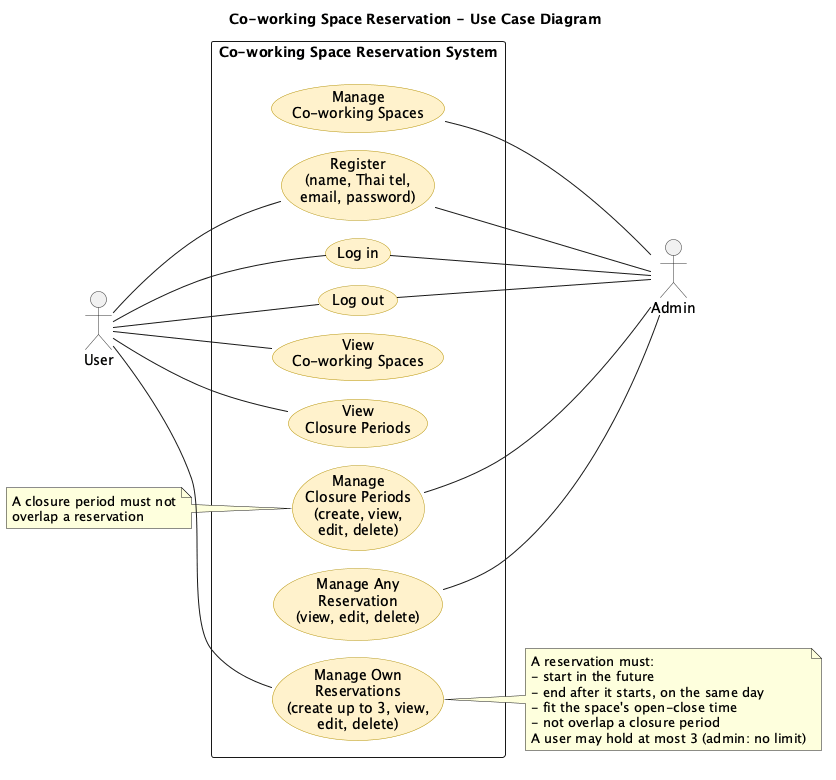
TonBoonchai/Co-working-Space-Reservation keeps this PlantUML diagram as docs/diagrams/png/usecase.png. Above is the earlier version.
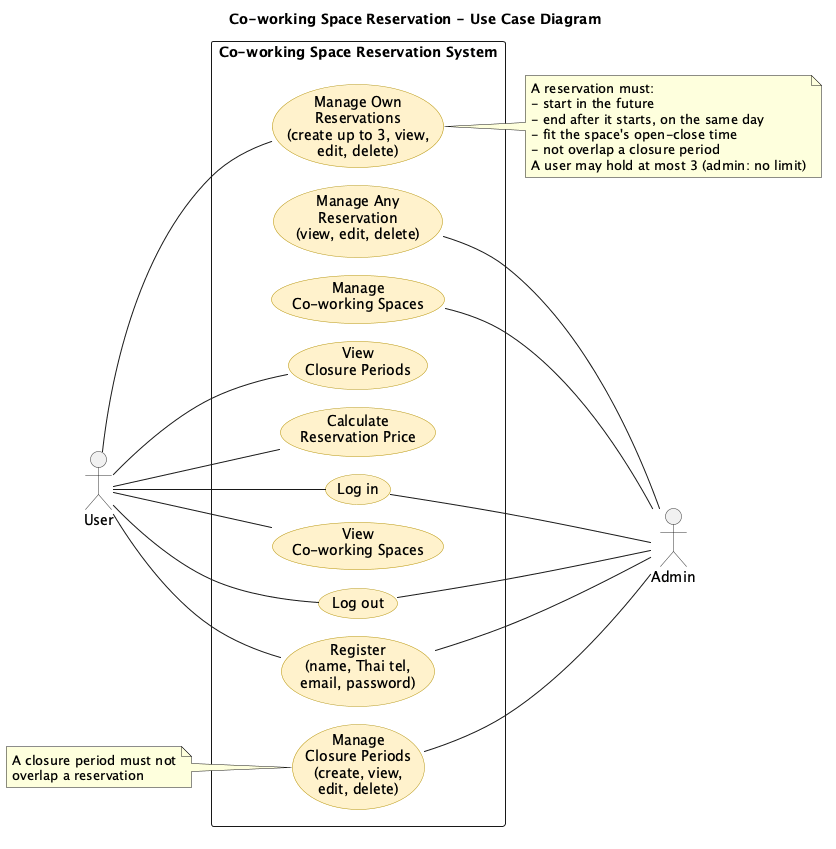
The same file after the commit.

Commit message:
docs: document the reservation price calculation

Diff of the diagram source:
```diff
@@ -17,6 +17,7 @@
   usecase "Log out" as logout
   usecase "View\nCo-working Spaces" as viewSpaces
   usecase "View\nClosure Periods" as viewClosures
+  usecase "Calculate\nReservation Price" as calcPrice
   usecase "Manage Own\nReservations\n(create up to 3, view,\nedit, delete)" as manageOwn
   usecase "Manage Any\nReservation\n(view, edit, delete)" as manageAny
   usecase "Manage\nCo-working Spaces" as manageSpaces
@@ -28,6 +29,7 @@
 user -- logout
 user -- viewSpaces
 user -- viewClosures
+user -- calcPrice
 user -- manageOwn
 
 register -- admin
```
